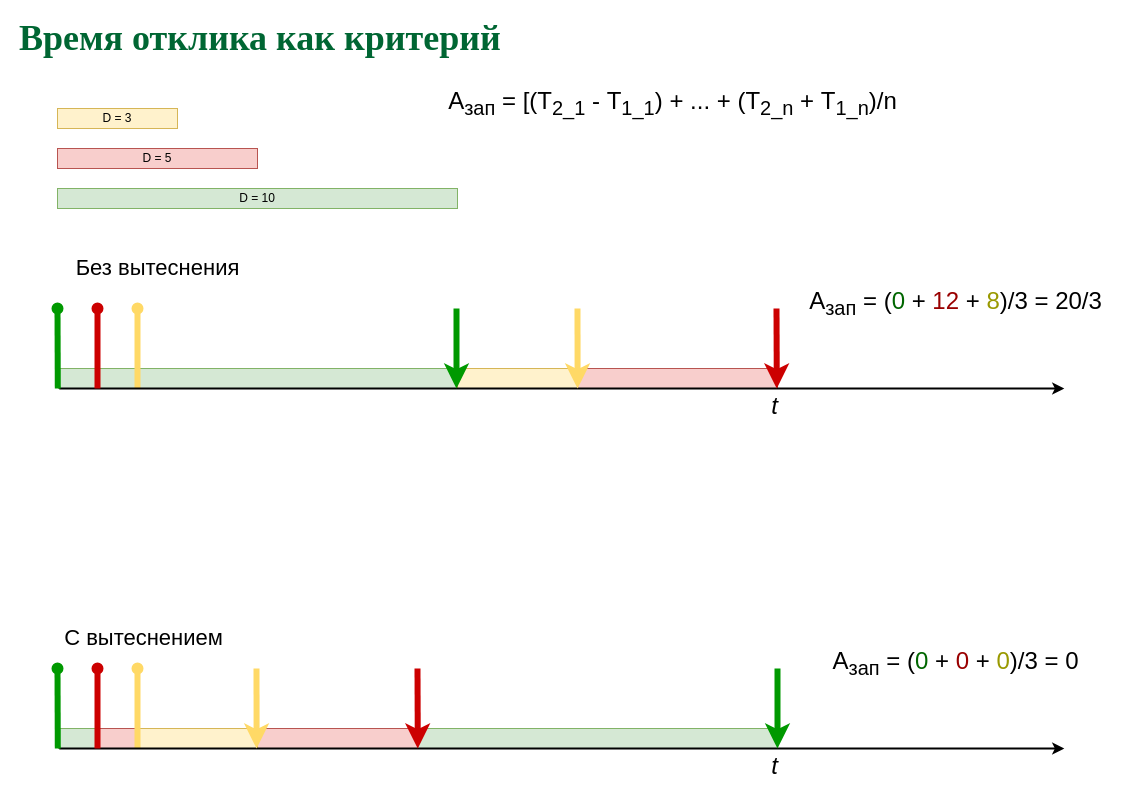
The draw.io diagram page "Latency" (9 of 11) of slides/sched.drawio in 77maxikov/os_course, before the edit. Source tidied: cells renumbered, new cells numbered last; positions are measured from the earlier drawing's top-left corner, leaving out a move shared by most shapes. Both pictures are drawn from the tidied source at 100%, with x=0, y=0 at pixel (17, 28).
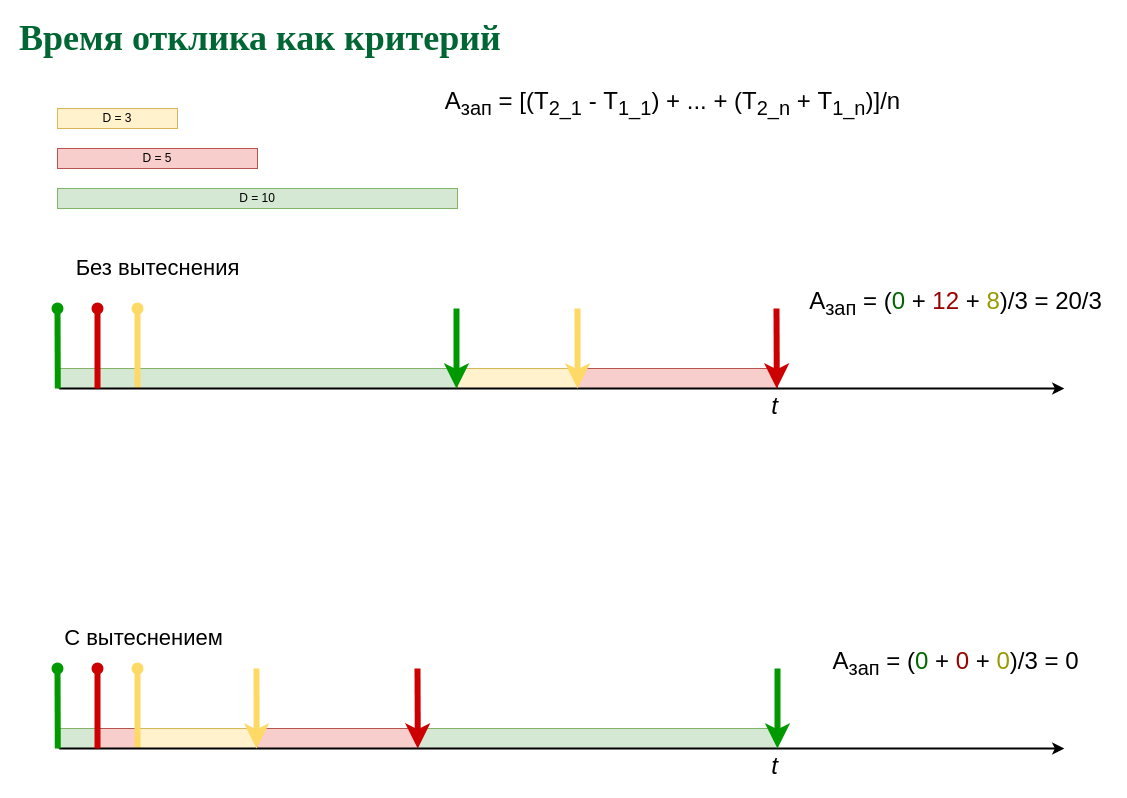
Above is the later version.

The edit, as a diff of the source:
```diff
@@
-    <mxCell id="8" value="&lt;font style=&quot;font-size: 24px&quot;&gt;А&lt;sub&gt;зап&lt;/sub&gt; = [(Т&lt;sub&gt;2_1&lt;/sub&gt;&amp;nbsp;- T&lt;sub&gt;1_1&lt;/sub&gt;) + ... + (T&lt;sub&gt;2_n&lt;/sub&gt; + Т&lt;sub&gt;1_n&lt;/sub&gt;)/n&lt;/font&gt;" style="text;html=1;align=center;verticalAlign=middle;" parent="1" vertex="1">
-      <mxGeometry x="425" y="60" width="460" height="30" as="geometry" />
+    <mxCell id="8" value="&lt;font style=&quot;font-size: 24px&quot;&gt;А&lt;sub&gt;зап&lt;/sub&gt; = [(Т&lt;sub&gt;2_1&lt;/sub&gt;&amp;nbsp;- T&lt;sub&gt;1_1&lt;/sub&gt;) + ... + (T&lt;sub&gt;2_n&lt;/sub&gt; + Т&lt;sub&gt;1_n&lt;/sub&gt;)]/n&lt;/font&gt;" style="text;html=1;align=center;verticalAlign=middle;" parent="1" vertex="1">
+      <mxGeometry x="420" y="60" width="470" height="30" as="geometry" />
     </mxCell>
```
